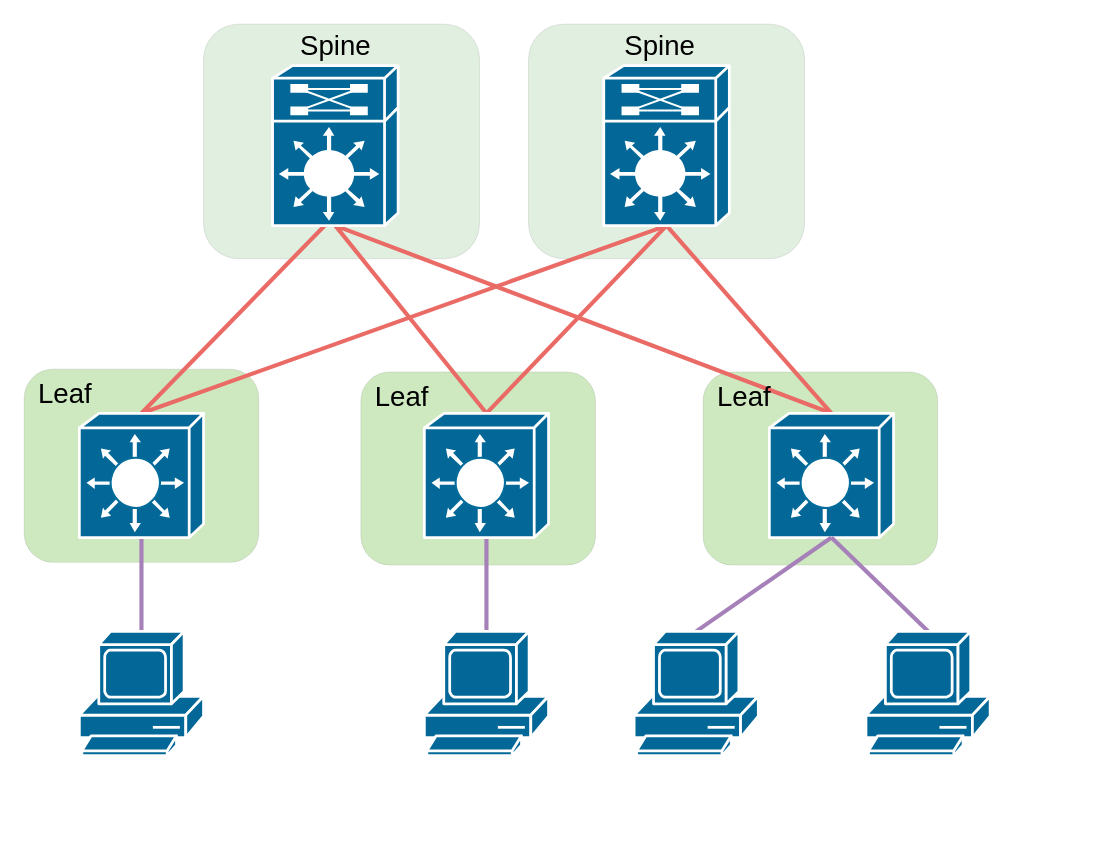
This is lab_01/Диаграмма без названия.drawio from Tema-sudo/OTUS_DC_network_design, a draw.io file, before an edit. Source tidied: cells renumbered, new cells numbered last; positions are measured from the earlier drawing's top-left corner, leaving out a move shared by most shapes. Both pictures are drawn from the tidied source at 138%, with x=0, y=0 at pixel (23, 23).
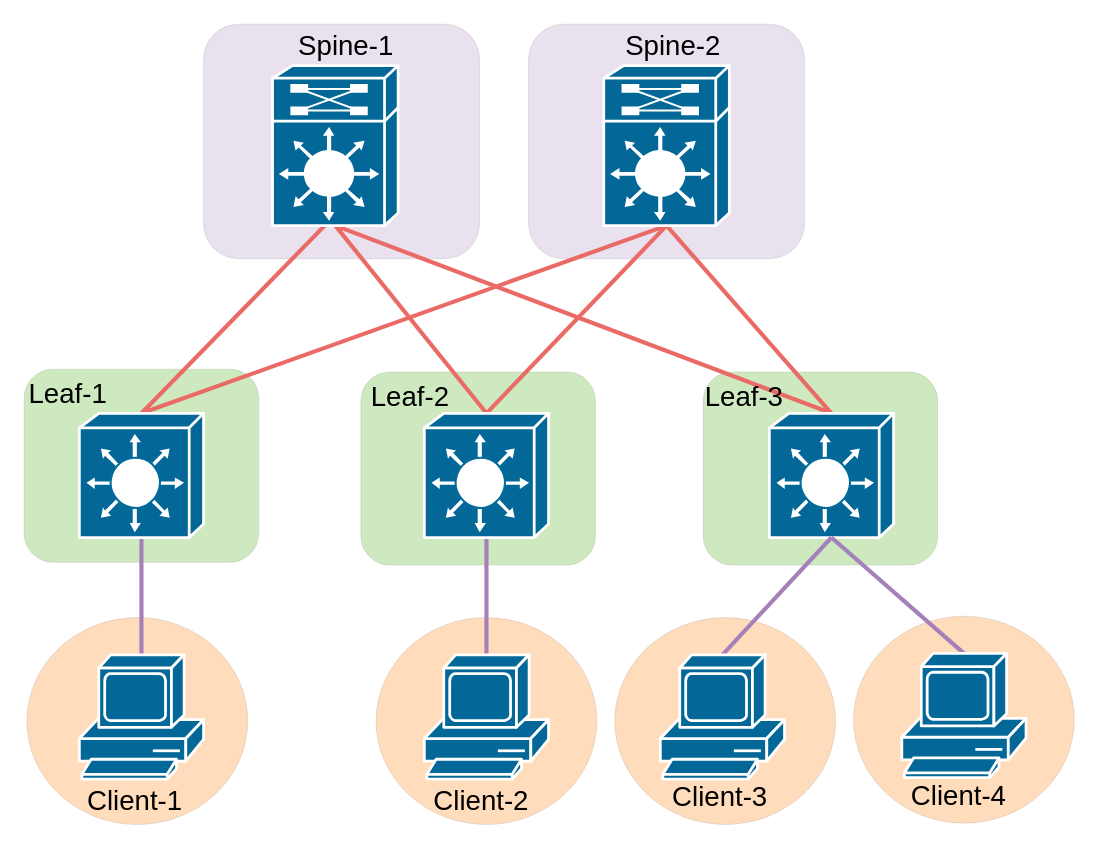
The same page after the edit.

Diff of the diagram source:
```diff
@@
+    <mxCell id="31" style="ellipse;whiteSpace=wrap;html=1;hachureGap=4;fontFamily=Architects Daughter;fontSize=20;fillColor=#FFCE9F;opacity=70;strokeWidth=0;" parent="1" vertex="1">
+      <mxGeometry x="601" y="429" width="160" height="150" as="geometry" />
+    </mxCell>
+    <mxCell id="32" style="ellipse;whiteSpace=wrap;html=1;hachureGap=4;fontFamily=Architects Daughter;fontSize=20;fillColor=#FFCE9F;opacity=70;strokeWidth=0;" parent="1" vertex="1">
+      <mxGeometry x="428" y="430" width="160" height="150" as="geometry" />
+    </mxCell>
+    <mxCell id="33" style="ellipse;whiteSpace=wrap;html=1;hachureGap=4;fontFamily=Architects Daughter;fontSize=20;fillColor=#FFCE9F;opacity=70;strokeWidth=0;" parent="1" vertex="1">
+      <mxGeometry x="255" y="430" width="160" height="150" as="geometry" />
+    </mxCell>
+    <mxCell id="34" style="ellipse;whiteSpace=wrap;html=1;hachureGap=4;fontFamily=Architects Daughter;fontSize=20;fillColor=#FFCE9F;opacity=70;strokeWidth=0;" parent="1" vertex="1">
+      <mxGeometry x="2" y="430" width="160" height="150" as="geometry" />
+    </mxCell>
@@
-    <mxCell id="4" value="Leaf" style="text;html=1;strokeColor=none;fillColor=none;align=center;verticalAlign=middle;whiteSpace=wrap;rounded=0;fontSize=20;fontFamily=Helvetica;horizontal=1;" parent="1" vertex="1">
-      <mxGeometry x="244" y="254" width="60" height="30" as="geometry" />
+    <mxCell id="4" value="Leaf-2" style="text;html=1;strokeColor=none;fillColor=none;align=center;verticalAlign=middle;whiteSpace=wrap;rounded=0;fontSize=20;fontFamily=Helvetica;horizontal=1;" parent="1" vertex="1">
+      <mxGeometry x="250" y="254" width="60" height="30" as="geometry" />
     </mxCell>
-    <mxCell id="5" style="rounded=1;whiteSpace=wrap;html=1;hachureGap=4;fontFamily=Architects Daughter;fontSize=20;glass=0;fillColor=#D5E8D4;strokeWidth=0;opacity=70;" parent="1" vertex="1">
+    <mxCell id="5" style="rounded=1;whiteSpace=wrap;html=1;hachureGap=4;fontFamily=Architects Daughter;fontSize=20;glass=0;fillColor=#E1D5E7;strokeWidth=0;opacity=70;" parent="1" vertex="1">
       <mxGeometry x="365.5" width="200" height="170" as="geometry" />
     </mxCell>
@@
-    <mxCell id="7" style="rounded=1;whiteSpace=wrap;html=1;hachureGap=4;fontFamily=Architects Daughter;fontSize=20;glass=0;fillColor=#D5E8D4;strokeWidth=0;opacity=70;" parent="1" vertex="1">
+    <mxCell id="7" style="rounded=1;whiteSpace=wrap;html=1;hachureGap=4;fontFamily=Architects Daughter;fontSize=20;glass=0;fillColor=#E1D5E7;strokeWidth=0;opacity=70;" parent="1" vertex="1">
       <mxGeometry x="130" width="200" height="170" as="geometry" />
     </mxCell>
@@
     <mxCell id="21" style="shape=mxgraph.cisco.computers_and_peripherals.pc;sketch=0;html=1;dashed=0;fillColor=#036897;strokeColor=#ffffff;strokeWidth=2;verticalLabelPosition=bottom;verticalAlign=top;align=center;outlineConnect=0;hachureGap=4;jiggle=2;curveFitting=1;fontFamily=Architects Daughter;fontSize=20;" parent="1" vertex="1">
-      <mxGeometry x="40" y="440" width="90" height="90" as="geometry" />
+      <mxGeometry x="40" y="457" width="90" height="90" as="geometry" />
     </mxCell>
     <mxCell id="22" style="shape=mxgraph.cisco.computers_and_peripherals.pc;sketch=0;html=1;dashed=0;fillColor=#036897;strokeColor=#ffffff;strokeWidth=2;verticalLabelPosition=bottom;verticalAlign=top;align=center;outlineConnect=0;hachureGap=4;jiggle=2;curveFitting=1;fontFamily=Architects Daughter;fontSize=20;" parent="1" vertex="1">
-      <mxGeometry x="290" y="440" width="90" height="90" as="geometry" />
+      <mxGeometry x="290" y="457" width="90" height="90" as="geometry" />
     </mxCell>
@@
     <mxCell id="24" style="shape=mxgraph.cisco.computers_and_peripherals.pc;sketch=0;html=1;dashed=0;fillColor=#036897;strokeColor=#ffffff;strokeWidth=2;verticalLabelPosition=bottom;verticalAlign=top;align=center;outlineConnect=0;hachureGap=4;jiggle=2;curveFitting=1;fontFamily=Architects Daughter;fontSize=20;" parent="1" vertex="1">
-      <mxGeometry x="442" y="440" width="90" height="90" as="geometry" />
+      <mxGeometry x="461" y="457" width="90" height="90" as="geometry" />
     </mxCell>
@@
     <mxCell id="26" style="shape=mxgraph.cisco.computers_and_peripherals.pc;sketch=0;html=1;dashed=0;fillColor=#036897;strokeColor=#ffffff;strokeWidth=2;verticalLabelPosition=bottom;verticalAlign=top;align=center;outlineConnect=0;hachureGap=4;jiggle=2;curveFitting=1;fontFamily=Architects Daughter;fontSize=20;" parent="1" vertex="1">
-      <mxGeometry x="610" y="440" width="90" height="90" as="geometry" />
+      <mxGeometry x="636" y="456" width="90" height="90" as="geometry" />
     </mxCell>
-    <mxCell id="27" value="Spine" style="text;html=1;strokeColor=none;fillColor=none;align=center;verticalAlign=middle;whiteSpace=wrap;rounded=0;fontSize=20;fontFamily=Helvetica;horizontal=1;" parent="1" vertex="1">
-      <mxGeometry x="195.5" width="60" height="30" as="geometry" />
+    <mxCell id="27" value="Spine-1" style="text;html=1;strokeColor=none;fillColor=none;align=center;verticalAlign=middle;whiteSpace=wrap;rounded=0;fontSize=20;fontFamily=Helvetica;horizontal=1;" parent="1" vertex="1">
+      <mxGeometry x="195.5" width="74.5" height="30" as="geometry" />
     </mxCell>
-    <mxCell id="28" value="Leaf" style="text;html=1;strokeColor=none;fillColor=none;align=center;verticalAlign=middle;whiteSpace=wrap;rounded=0;fontSize=20;fontFamily=Helvetica;horizontal=1;" parent="1" vertex="1">
-      <mxGeometry y="252" width="60" height="30" as="geometry" />
+    <mxCell id="28" value="Leaf-1" style="text;html=1;strokeColor=none;fillColor=none;align=center;verticalAlign=middle;whiteSpace=wrap;rounded=0;fontSize=20;fontFamily=Helvetica;horizontal=1;" parent="1" vertex="1">
+      <mxGeometry x="2" y="252" width="60" height="30" as="geometry" />
     </mxCell>
-    <mxCell id="29" value="Spine" style="text;html=1;strokeColor=none;fillColor=none;align=center;verticalAlign=middle;whiteSpace=wrap;rounded=0;fontSize=20;fontFamily=Helvetica;horizontal=1;" parent="1" vertex="1">
-      <mxGeometry x="431" width="60" height="30" as="geometry" />
+    <mxCell id="29" value="Spine-2" style="text;html=1;strokeColor=none;fillColor=none;align=center;verticalAlign=middle;whiteSpace=wrap;rounded=0;fontSize=20;fontFamily=Helvetica;horizontal=1;" parent="1" vertex="1">
+      <mxGeometry x="431" width="79" height="30" as="geometry" />
     </mxCell>
-    <mxCell id="30" value="Leaf" style="text;html=1;strokeColor=none;fillColor=none;align=center;verticalAlign=middle;whiteSpace=wrap;rounded=0;fontSize=20;fontFamily=Helvetica;horizontal=1;" parent="1" vertex="1">
+    <mxCell id="30" value="Leaf-3" style="text;html=1;strokeColor=none;fillColor=none;align=center;verticalAlign=middle;whiteSpace=wrap;rounded=0;fontSize=20;fontFamily=Helvetica;horizontal=1;" parent="1" vertex="1">
       <mxGeometry x="492" y="254" width="60" height="30" as="geometry" />
     </mxCell>
+    <mxCell id="35" value="Client-1" style="text;html=1;strokeColor=none;fillColor=none;align=center;verticalAlign=middle;whiteSpace=wrap;rounded=0;fontSize=20;fontFamily=Helvetica;horizontal=1;" parent="1" vertex="1">
+      <mxGeometry x="43" y="547" width="75" height="30" as="geometry" />
+    </mxCell>
+    <mxCell id="36" value="Client-2" style="text;html=1;strokeColor=none;fillColor=none;align=center;verticalAlign=middle;whiteSpace=wrap;rounded=0;fontSize=20;fontFamily=Helvetica;horizontal=1;" parent="1" vertex="1">
+      <mxGeometry x="294" y="547" width="75" height="30" as="geometry" />
+    </mxCell>
+    <mxCell id="37" value="Client-3" style="text;html=1;strokeColor=none;fillColor=none;align=center;verticalAlign=middle;whiteSpace=wrap;rounded=0;fontSize=20;fontFamily=Helvetica;horizontal=1;" parent="1" vertex="1">
+      <mxGeometry x="467" y="544" width="75" height="30" as="geometry" />
+    </mxCell>
+    <mxCell id="38" value="Client-4" style="text;html=1;strokeColor=none;fillColor=none;align=center;verticalAlign=middle;whiteSpace=wrap;rounded=0;fontSize=20;fontFamily=Helvetica;horizontal=1;" parent="1" vertex="1">
+      <mxGeometry x="640" y="543" width="75" height="30" as="geometry" />
+    </mxCell>
```
